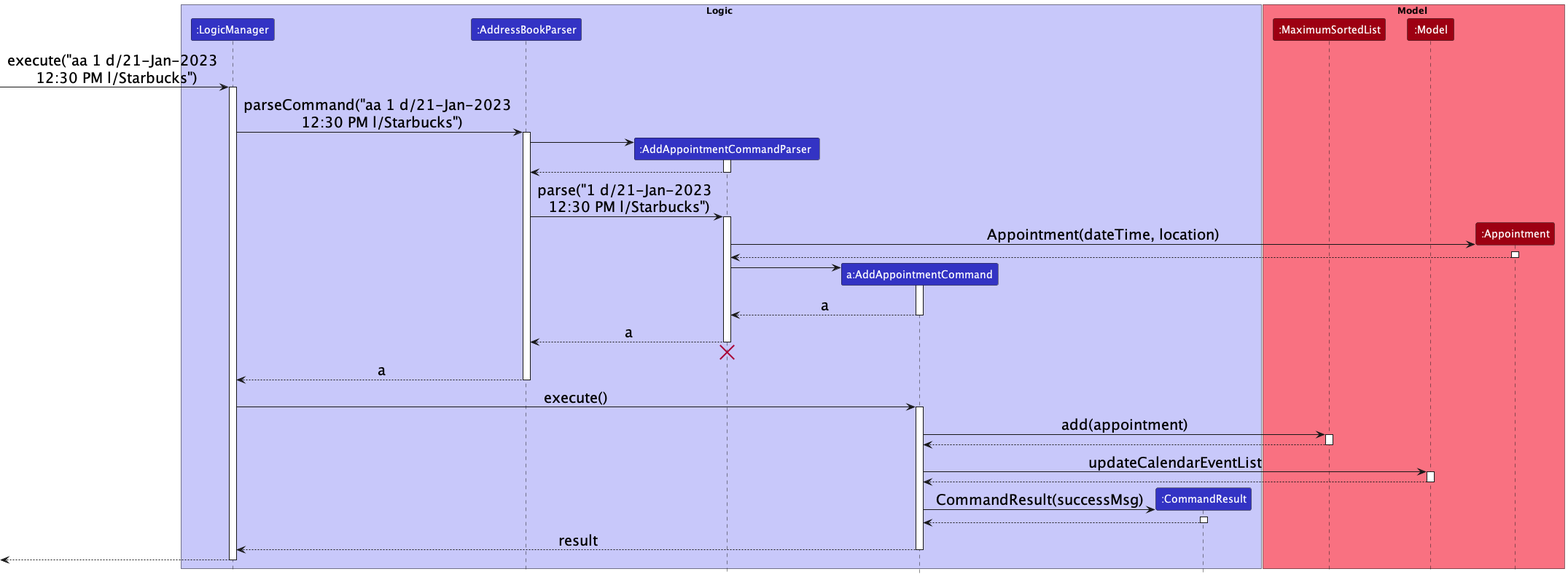
Earlier version of the PlantUML export docs/images/AddAppointmentCommandSequenceDiagram.png (nus-cs2103-AY2223S1/tp).
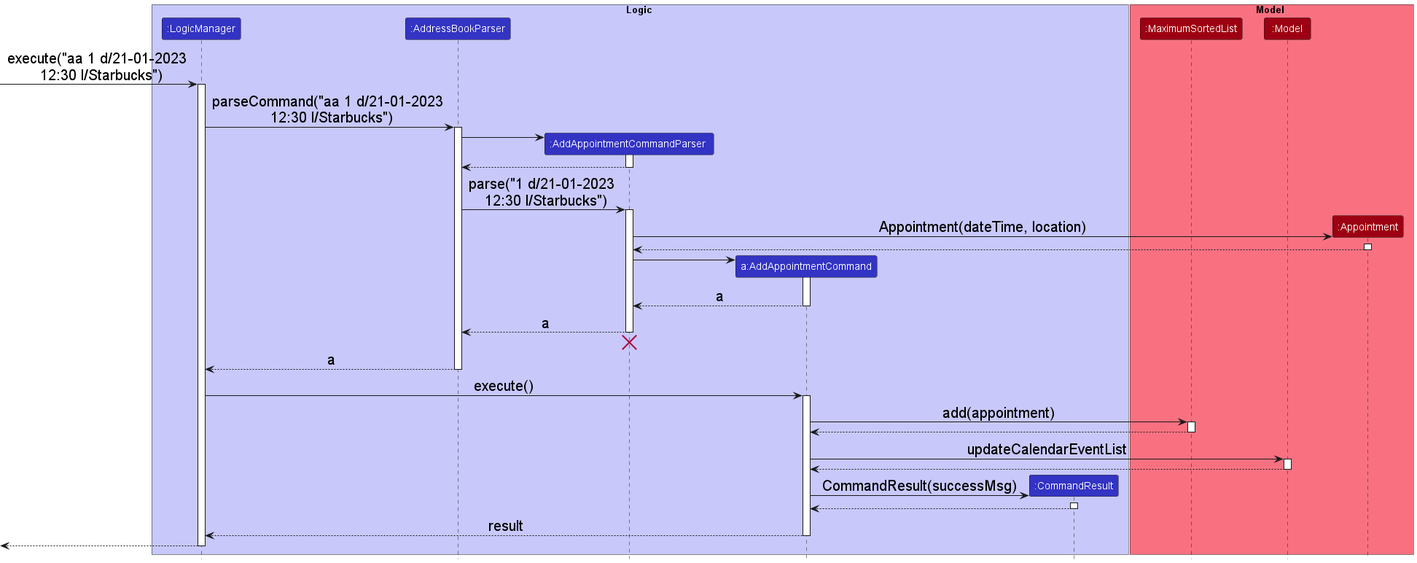
The same diagram one commit later.

Commit message:
Add edit appointment sequence diagram

Change to the diagram source:
```diff
@@ -19,10 +19,10 @@
 participant ":Appointment" as Appointment MODEL_COLOR
 end box
 
-[-> LogicManager : execute("aa 1 d/21-Jan-2023 \n 12:30 PM l/Starbucks")
+[-> LogicManager : execute("aa 1 d/21-01-2023 \n 12:30 l/Starbucks")
 activate LogicManager
 
-LogicManager -> AddressBookParser : parseCommand("aa 1 d/21-Jan-2023 \n 12:30 PM l/Starbucks")
+LogicManager -> AddressBookParser : parseCommand("aa 1 d/21-01-2023 \n 12:30 l/Starbucks")
 activate AddressBookParser
 
 create AddAppointmentCommandParser
@@ -32,7 +32,7 @@
 AddAppointmentCommandParser  --> AddressBookParser
 deactivate AddAppointmentCommandParser
 
-AddressBookParser -> AddAppointmentCommandParser  : parse("1 d/21-Jan-2023 \n 12:30 PM l/Starbucks")
+AddressBookParser -> AddAppointmentCommandParser  : parse("1 d/21-01-2023 \n 12:30 l/Starbucks")
 activate AddAppointmentCommandParser
 
 create Appointment
```
